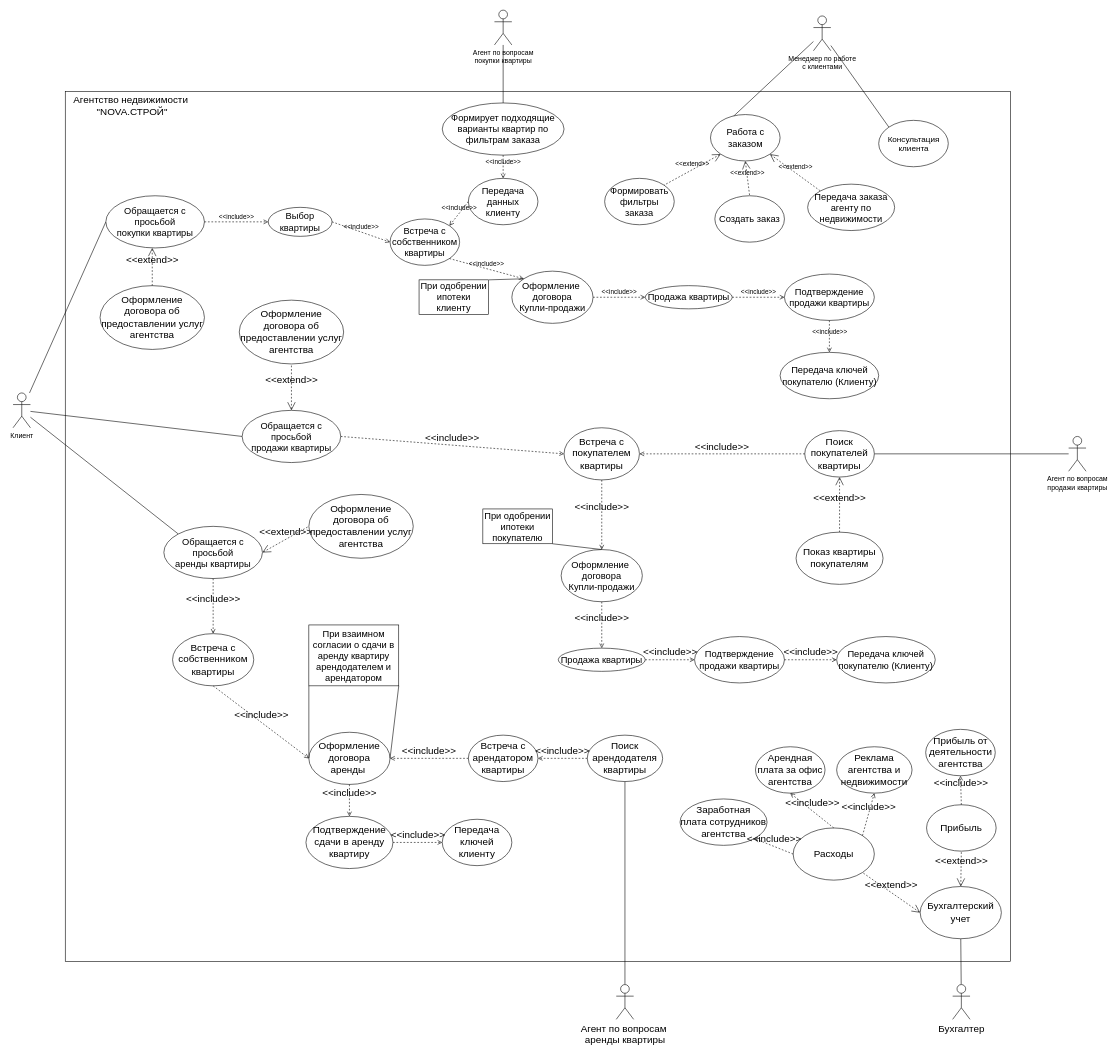
VitaliiPopov00/Use-case-diagram keeps this draw.io diagram as agenstvo.drawio. Above is the earlier version. Source tidied: cells renumbered, new cells numbered last; positions are measured from the earlier drawing's top-left corner, leaving out a move shared by most shapes. Both pictures are drawn from the tidied source at 58%, with x=0, y=0 at pixel (13, 10).
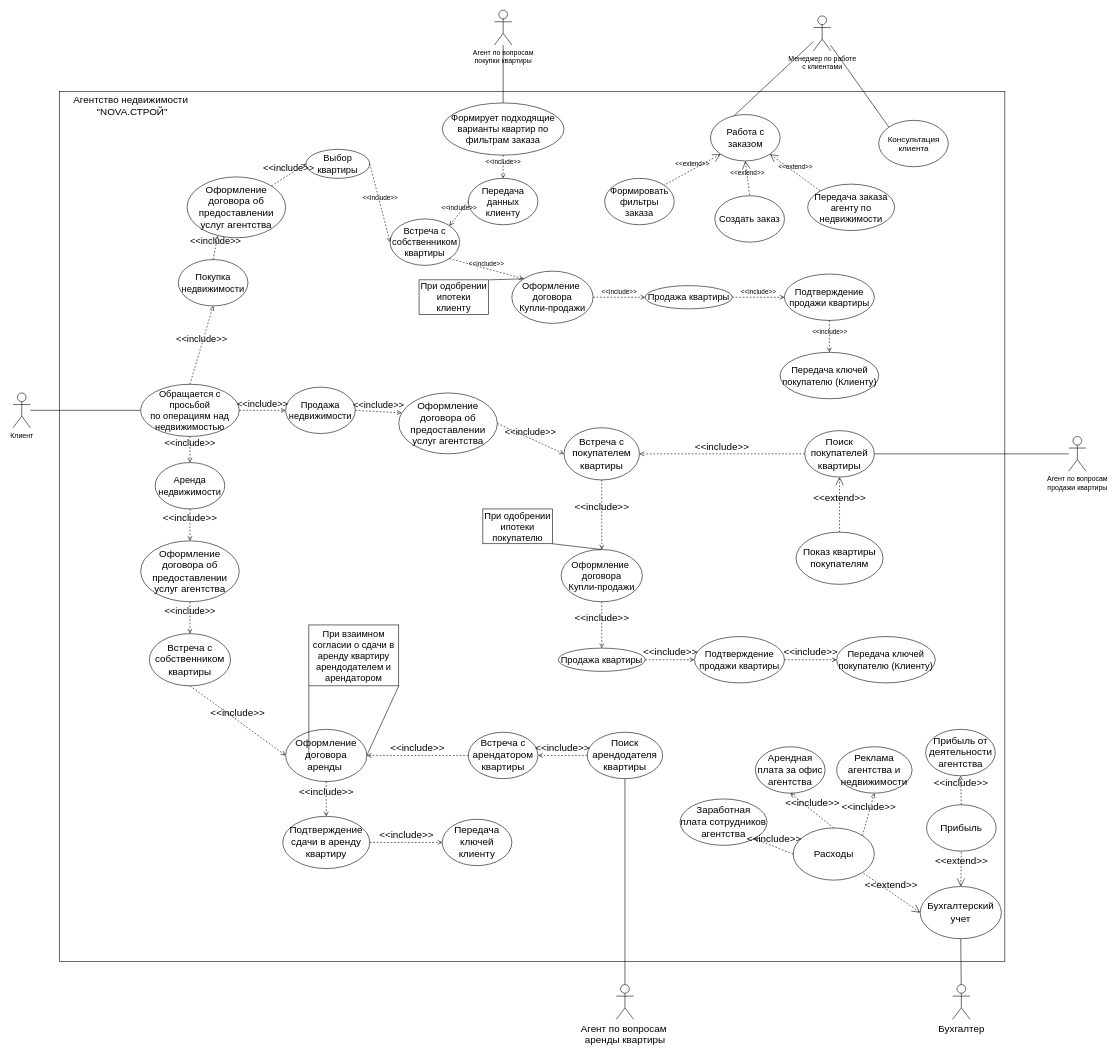
Above is the later version.

The change refers to these unchanged cells:
```xml
<mxCell id="6" value="Клиент" style="shape=umlActor;verticalLabelPosition=bottom;verticalAlign=top;html=1;outlineConnect=0;" parent="1" vertex="1">
  <mxGeometry y="660" width="30" height="60" as="geometry" />
</mxCell>
<mxCell id="46" value="Встреча с покупателем квартиры" style="ellipse;whiteSpace=wrap;html=1;fontSize=17;" parent="1" vertex="1">
  <mxGeometry x="950" y="720" width="130" height="90" as="geometry" />
</mxCell>
```

What changed in the source:
```diff
@@
     <mxCell id="2" style="rounded=0;whiteSpace=wrap;html=1;fontSize=17;" parent="1" vertex="1">
-      <mxGeometry x="90" y="140" width="1630" height="1500" as="geometry" />
+      <mxGeometry x="80" y="140" width="1630" height="1500" as="geometry" />
     </mxCell>
-    <mxCell id="3" style="rounded=0;jettySize=auto;html=1;entryX=0;entryY=0.5;entryDx=0;entryDy=0;endArrow=none;endFill=0;" parent="1" edge="1" source="6" target="7">
-      <mxGeometry relative="1" as="geometry" />
-    </mxCell>
@@
-    <mxCell id="5" style="edgeStyle=none;rounded=0;jettySize=auto;html=1;entryX=0;entryY=0;entryDx=0;entryDy=0;endArrow=none;endFill=0;" parent="1" edge="1" source="6" target="9">
-      <mxGeometry relative="1" as="geometry" />
-    </mxCell>
@@
-    <mxCell id="7" value="Обращается с&lt;br&gt;просьбой&lt;br&gt;покупки квартиры" style="ellipse;whiteSpace=wrap;html=1;fontSize=16;" parent="1" vertex="1">
-      <mxGeometry x="160" y="320" width="170" height="90" as="geometry" />
-    </mxCell>
-    <mxCell id="8" value="Обращается с&lt;br&gt;просьбой&lt;br&gt;продажи квартиры" style="ellipse;whiteSpace=wrap;html=1;fontSize=16;" parent="1" vertex="1">
-      <mxGeometry x="395" y="690" width="170" height="90" as="geometry" />
+    <mxCell id="8" value="Обращается с&lt;br&gt;просьбой&lt;br&gt;по операциям над недвижимостью" style="ellipse;whiteSpace=wrap;html=1;fontSize=16;" parent="1" vertex="1">
+      <mxGeometry x="220" y="645" width="170" height="90" as="geometry" />
     </mxCell>
-    <mxCell id="9" value="Обращается с&lt;br&gt;просьбой&lt;br&gt;аренды квартиры" style="ellipse;whiteSpace=wrap;html=1;fontSize=16;" parent="1" vertex="1">
-      <mxGeometry x="260" y="890" width="170" height="90" as="geometry" />
-    </mxCell>
@@
     <mxCell id="36" value="Выбор квартиры" style="ellipse;whiteSpace=wrap;html=1;fontSize=16;" parent="1" vertex="1">
-      <mxGeometry x="440" y="340" width="110" height="50" as="geometry" />
+      <mxGeometry x="505" y="240" width="110" height="50" as="geometry" />
     </mxCell>
-    <mxCell id="37" value="&amp;lt;&amp;lt;include&amp;gt;&amp;gt;" style="edgeStyle=none;html=1;endArrow=open;verticalAlign=bottom;dashed=1;labelBackgroundColor=none;rounded=0;exitX=1;exitY=0.5;exitDx=0;exitDy=0;entryX=0;entryY=0.5;entryDx=0;entryDy=0;" parent="1" edge="1" source="7" target="36">
-      <mxGeometry relative="1" as="geometry" />
-    </mxCell>
@@
-    <mxCell id="49" value="&amp;lt;&amp;lt;include&amp;gt;&amp;gt;" style="edgeStyle=none;html=1;endArrow=open;verticalAlign=bottom;dashed=1;labelBackgroundColor=none;rounded=0;fontSize=17;exitX=1;exitY=0.5;exitDx=0;exitDy=0;entryX=0;entryY=0.5;entryDx=0;entryDy=0;" parent="1" edge="1" source="8" target="46">
-      <mxGeometry relative="1" as="geometry" />
-    </mxCell>
-    <mxCell id="50" value="Оформление договора об предоставлении услуг агентства" style="ellipse;whiteSpace=wrap;html=1;fontSize=17;" parent="1" vertex="1">
-      <mxGeometry x="150" y="475" width="180" height="110" as="geometry" />
-    </mxCell>
-    <mxCell id="51" value="&amp;lt;&amp;lt;extend&amp;gt;&amp;gt;" style="edgeStyle=none;html=1;startArrow=open;endArrow=none;startSize=12;verticalAlign=bottom;dashed=1;labelBackgroundColor=none;rounded=0;fontSize=17;entryX=0.5;entryY=0;entryDx=0;entryDy=0;" parent="1" edge="1" target="50">
-      <mxGeometry relative="1" as="geometry">
-        <mxPoint x="240" y="410" as="sourcePoint" />
-      </mxGeometry>
-    </mxCell>
-    <mxCell id="52" value="Оформление договора об предоставлении услуг агентства" style="ellipse;whiteSpace=wrap;html=1;fontSize=17;" parent="1" vertex="1">
-      <mxGeometry x="390" y="500" width="180" height="110" as="geometry" />
-    </mxCell>
-    <mxCell id="53" value="&amp;lt;&amp;lt;extend&amp;gt;&amp;gt;" style="edgeStyle=none;html=1;startArrow=open;endArrow=none;startSize=12;verticalAlign=bottom;dashed=1;labelBackgroundColor=none;rounded=0;fontSize=17;entryX=0.5;entryY=1;entryDx=0;entryDy=0;exitX=0.5;exitY=0;exitDx=0;exitDy=0;" parent="1" edge="1" source="8" target="52">
-      <mxGeometry relative="1" as="geometry" />
-    </mxCell>
@@
     <mxCell id="65" value="Поиск арендодателя квартиры" style="ellipse;whiteSpace=wrap;html=1;fontSize=17;" parent="1" vertex="1">
-      <mxGeometry x="990" y="1250" width="130" height="80" as="geometry" />
+      <mxGeometry x="990" y="1245" width="130" height="80" as="geometry" />
     </mxCell>
     <mxCell id="66" value="Встреча с собственником квартиры" style="ellipse;whiteSpace=wrap;html=1;fontSize=17;" parent="1" vertex="1">
-      <mxGeometry x="275" y="1075" width="140" height="90" as="geometry" />
+      <mxGeometry x="235" y="1075" width="140" height="90" as="geometry" />
     </mxCell>
-    <mxCell id="67" value="&amp;lt;&amp;lt;include&amp;gt;&amp;gt;" style="edgeStyle=none;html=1;endArrow=open;verticalAlign=bottom;dashed=1;labelBackgroundColor=none;rounded=0;fontSize=17;exitX=0.5;exitY=1;exitDx=0;exitDy=0;entryX=0.5;entryY=0;entryDx=0;entryDy=0;" parent="1" edge="1" source="9" target="66">
+    <mxCell id="67" value="&amp;lt;&amp;lt;include&amp;gt;&amp;gt;" style="edgeStyle=none;html=1;endArrow=open;verticalAlign=bottom;dashed=1;labelBackgroundColor=none;rounded=0;fontSize=17;exitX=0.5;exitY=1;exitDx=0;exitDy=0;entryX=0.5;entryY=0;entryDx=0;entryDy=0;" parent="1" edge="1" source="102" target="107">
       <mxGeometry relative="1" as="geometry" />
     </mxCell>
     <mxCell id="68" value="Встреча с арендатором квартиры" style="ellipse;whiteSpace=wrap;html=1;fontSize=17;" parent="1" vertex="1">
-      <mxGeometry x="785" y="1250" width="120" height="80" as="geometry" />
+      <mxGeometry x="785" y="1245" width="120" height="80" as="geometry" />
     </mxCell>
@@
     <mxCell id="70" value="Оформление договора аренды&amp;nbsp;" style="ellipse;whiteSpace=wrap;html=1;fontSize=17;" parent="1" vertex="1">
-      <mxGeometry x="510" y="1245" width="140" height="90" as="geometry" />
+      <mxGeometry x="470" y="1240" width="140" height="90" as="geometry" />
     </mxCell>
@@
     <mxCell id="76" value="Подтверждение сдачи в аренду квартиру" style="ellipse;whiteSpace=wrap;html=1;fontSize=17;" parent="1" vertex="1">
-      <mxGeometry x="505" y="1390" width="150" height="90" as="geometry" />
+      <mxGeometry x="465" y="1390" width="150" height="90" as="geometry" />
     </mxCell>
@@
     <mxCell id="82" value="Оформление договора об предоставлении услуг агентства" style="ellipse;whiteSpace=wrap;html=1;fontSize=17;" parent="1" vertex="1">
-      <mxGeometry x="510" y="835" width="180" height="110" as="geometry" />
+      <mxGeometry x="300" y="287.5" width="170" height="105" as="geometry" />
     </mxCell>
-    <mxCell id="83" value="&amp;lt;&amp;lt;extend&amp;gt;&amp;gt;" style="edgeStyle=none;html=1;startArrow=open;endArrow=none;startSize=12;verticalAlign=bottom;dashed=1;labelBackgroundColor=none;rounded=0;fontSize=17;entryX=0;entryY=0.5;entryDx=0;entryDy=0;exitX=1;exitY=0.5;exitDx=0;exitDy=0;" parent="1" edge="1" source="9" target="82">
-      <mxGeometry relative="1" as="geometry" />
-    </mxCell>
@@
+    <mxCell id="98" value="Покупка недвижимости" style="ellipse;whiteSpace=wrap;html=1;fontSize=16;" parent="1" vertex="1">
+      <mxGeometry x="285" y="430" width="120" height="80" as="geometry" />
+    </mxCell>
+    <mxCell id="99" value="&amp;lt;&amp;lt;include&amp;gt;&amp;gt;" style="edgeStyle=none;html=1;endArrow=open;verticalAlign=bottom;dashed=1;labelBackgroundColor=none;rounded=0;fontSize=16;exitX=0.5;exitY=0;exitDx=0;exitDy=0;entryX=0.5;entryY=1;entryDx=0;entryDy=0;" parent="1" edge="1" source="8" target="98">
+      <mxGeometry relative="1" as="geometry" />
+    </mxCell>
+    <mxCell id="100" value="Продажа недвижимости" style="ellipse;whiteSpace=wrap;html=1;fontSize=16;" parent="1" vertex="1">
+      <mxGeometry x="470" y="650" width="120" height="80" as="geometry" />
+    </mxCell>
+    <mxCell id="101" value="&amp;lt;&amp;lt;include&amp;gt;&amp;gt;" style="edgeStyle=none;html=1;endArrow=open;verticalAlign=bottom;dashed=1;labelBackgroundColor=none;rounded=0;fontSize=16;exitX=1;exitY=0.5;exitDx=0;exitDy=0;entryX=0;entryY=0.5;entryDx=0;entryDy=0;" parent="1" edge="1" source="8" target="100">
+      <mxGeometry relative="1" as="geometry" />
+    </mxCell>
+    <mxCell id="102" value="Аренда недвижимости" style="ellipse;whiteSpace=wrap;html=1;fontSize=16;" parent="1" vertex="1">
+      <mxGeometry x="245" y="780" width="120" height="80" as="geometry" />
+    </mxCell>
+    <mxCell id="103" value="&amp;lt;&amp;lt;include&amp;gt;&amp;gt;" style="edgeStyle=none;html=1;endArrow=open;verticalAlign=bottom;dashed=1;labelBackgroundColor=none;rounded=0;fontSize=16;exitX=0.5;exitY=1;exitDx=0;exitDy=0;entryX=0.5;entryY=0;entryDx=0;entryDy=0;" parent="1" edge="1" source="8" target="102">
+      <mxGeometry relative="1" as="geometry" />
+    </mxCell>
+    <mxCell id="104" value="&amp;lt;&amp;lt;include&amp;gt;&amp;gt;" style="edgeStyle=none;html=1;endArrow=open;verticalAlign=bottom;dashed=1;labelBackgroundColor=none;rounded=0;fontSize=16;exitX=0.5;exitY=0;exitDx=0;exitDy=0;entryX=0.31;entryY=0.967;entryDx=0;entryDy=0;entryPerimeter=0;" parent="1" edge="1" source="98" target="82">
+      <mxGeometry relative="1" as="geometry" />
+    </mxCell>
+    <mxCell id="105" value="&amp;lt;&amp;lt;include&amp;gt;&amp;gt;" style="edgeStyle=none;html=1;endArrow=open;verticalAlign=bottom;dashed=1;labelBackgroundColor=none;rounded=0;fontSize=16;exitX=1;exitY=0;exitDx=0;exitDy=0;entryX=0;entryY=0.5;entryDx=0;entryDy=0;" parent="1" edge="1" source="82" target="36">
+      <mxGeometry relative="1" as="geometry" />
+    </mxCell>
+    <mxCell id="106" value="Оформление договора об предоставлении услуг агентства" style="ellipse;whiteSpace=wrap;html=1;fontSize=17;" parent="1" vertex="1">
+      <mxGeometry x="665" y="660" width="170" height="105" as="geometry" />
+    </mxCell>
+    <mxCell id="107" value="Оформление договора об предоставлении услуг агентства" style="ellipse;whiteSpace=wrap;html=1;fontSize=17;" parent="1" vertex="1">
+      <mxGeometry x="220" y="915" width="170" height="105" as="geometry" />
+    </mxCell>
+    <mxCell id="108" value="&amp;lt;&amp;lt;include&amp;gt;&amp;gt;" style="edgeStyle=none;html=1;endArrow=open;verticalAlign=bottom;dashed=1;labelBackgroundColor=none;rounded=0;fontSize=16;exitX=0.5;exitY=1;exitDx=0;exitDy=0;entryX=0.5;entryY=0;entryDx=0;entryDy=0;" parent="1" edge="1" source="107" target="66">
+      <mxGeometry relative="1" as="geometry" />
+    </mxCell>
+    <mxCell id="109" value="&amp;lt;&amp;lt;include&amp;gt;&amp;gt;" style="edgeStyle=none;html=1;endArrow=open;verticalAlign=bottom;dashed=1;labelBackgroundColor=none;rounded=0;fontSize=16;exitX=1;exitY=0.5;exitDx=0;exitDy=0;entryX=0.03;entryY=0.327;entryDx=0;entryDy=0;entryPerimeter=0;" parent="1" edge="1" source="100" target="106">
+      <mxGeometry relative="1" as="geometry" />
+    </mxCell>
+    <mxCell id="110" value="&amp;lt;&amp;lt;include&amp;gt;&amp;gt;" style="edgeStyle=none;html=1;endArrow=open;verticalAlign=bottom;dashed=1;labelBackgroundColor=none;rounded=0;fontSize=16;exitX=1;exitY=0.5;exitDx=0;exitDy=0;entryX=0;entryY=0.5;entryDx=0;entryDy=0;" parent="1" edge="1" source="106" target="46">
+      <mxGeometry relative="1" as="geometry" />
+    </mxCell>
```
